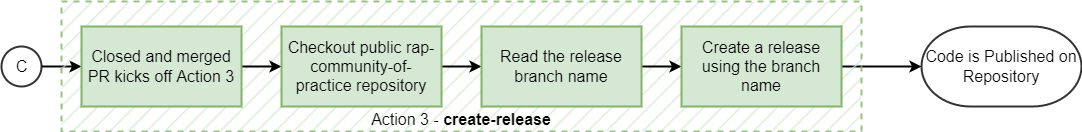
NHSDigital/rap-community-of-practice keeps this draw.io diagram as .github/workflows/imgs/flowchart-action-3.png. Above is the earlier version. Source tidied: cells renumbered, new cells last; positions are measured from the earlier drawing's top-left corner, leaving out a move shared by most shapes.
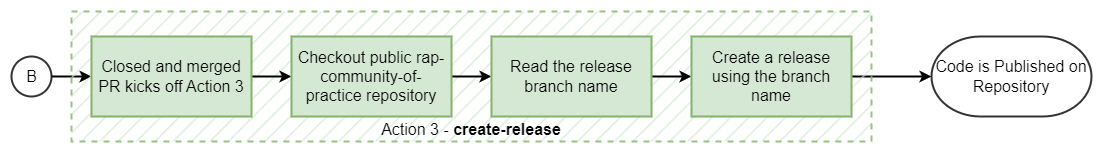
The same diagram one commit later.

Change to the diagram source:
```diff
@@ -38,7 +38,7 @@
     <mxCell id="11" value="Create a release using the branch name" style="whiteSpace=wrap;html=1;fontSize=16;arcSize=10;strokeWidth=2;fillColor=#d5e8d4;strokeColor=#82b366;" parent="1" vertex="1">
       <mxGeometry x="680" y="25" width="160" height="80" as="geometry" />
     </mxCell>
-    <mxCell id="12" value="C" style="verticalLabelPosition=middle;verticalAlign=middle;html=1;shape=mxgraph.flowchart.on-page_reference;strokeWidth=2;fontSize=16;fillColor=default;gradientColor=none;opacity=80;labelPosition=center;align=center;" parent="1" vertex="1">
+    <mxCell id="12" value="B" style="verticalLabelPosition=middle;verticalAlign=middle;html=1;shape=mxgraph.flowchart.on-page_reference;strokeWidth=2;fontSize=16;fillColor=default;gradientColor=none;opacity=80;labelPosition=center;align=center;" parent="1" vertex="1">
       <mxGeometry y="45" width="40" height="40" as="geometry" />
     </mxCell>
     <mxCell id="13" value="Code is Published on Repository" style="strokeWidth=2;html=1;shape=mxgraph.flowchart.terminator;whiteSpace=wrap;fontSize=16;fillColor=default;gradientColor=none;opacity=80;strokeColor=default;" parent="1" vertex="1">
```
